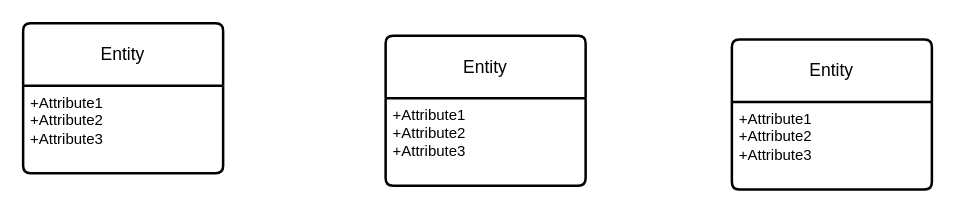
Above: Premier_diagrame.drawio in HenriRenri/SAYNA-CULTUREG-PROJET1 (draw.io), before the change. Source tidied: cells renumbered, new cells numbered last; positions are measured from the earlier drawing's top-left corner, leaving out a move shared by most shapes. Both pictures are drawn from the tidied source at 125%, with x=0, y=0 at pixel (22, 22).
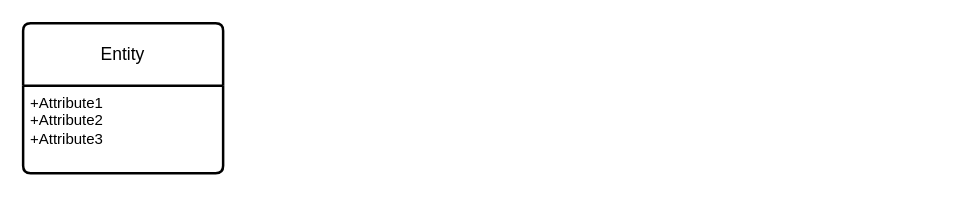
The same diagram, later.

Commit message (it also covers changes not shown here):
Mettre à jour Premier_diagrame.drawio

The edit, as a diff of the source:
```diff
@@
 <mxGraphModel>
   <root>
     <mxCell id="0" />
     <mxCell id="1" parent="0" />
-    <mxCell id="2" value="Entity" style="swimlane;horizontal=1;startSize=50;rounded=1;fontSize=14;fontStyle=0;strokeWidth=2;shadow=0;dashed=0;align=center;arcSize=4;whiteSpace=wrap;html=1;" parent="1" vertex="1">
-      <mxGeometry x="567" y="13" width="160" height="120" as="geometry" />
-    </mxCell>
-    <mxCell id="3" value="+Attribute1&#10;+Attribute2&#10;+Attribute3" style="align=left;strokeColor=none;fillColor=none;spacingLeft=4;fontSize=12;verticalAlign=top;html=1;" parent="2" vertex="1">
-      <mxGeometry y="50" width="160" height="70" as="geometry" />
-    </mxCell>
     <mxCell id="4" value="Entity" style="swimlane;horizontal=1;startSize=50;rounded=1;fontSize=14;fontStyle=0;strokeWidth=2;shadow=0;dashed=0;align=center;arcSize=4;whiteSpace=wrap;html=1;" parent="1" vertex="1">
       <mxGeometry width="160" height="120" as="geometry" />
     </mxCell>
     <mxCell id="5" value="+Attribute1&#10;+Attribute2&#10;+Attribute3" style="align=left;strokeColor=none;fillColor=none;spacingLeft=4;fontSize=12;verticalAlign=top;html=1;" parent="4" vertex="1">
       <mxGeometry y="50" width="160" height="70" as="geometry" />
     </mxCell>
-    <mxCell id="6" value="Entity" style="swimlane;horizontal=1;startSize=50;rounded=1;fontSize=14;fontStyle=0;strokeWidth=2;shadow=0;dashed=0;align=center;arcSize=4;whiteSpace=wrap;html=1;" parent="1" vertex="1">
-      <mxGeometry x="290" y="10" width="160" height="120" as="geometry" />
-    </mxCell>
-    <mxCell id="7" value="+Attribute1&#10;+Attribute2&#10;+Attribute3" style="align=left;strokeColor=none;fillColor=none;spacingLeft=4;fontSize=12;verticalAlign=top;html=1;" parent="6" vertex="1">
-      <mxGeometry y="50" width="160" height="70" as="geometry" />
-    </mxCell>
   </root>
 </mxGraphModel>
```
